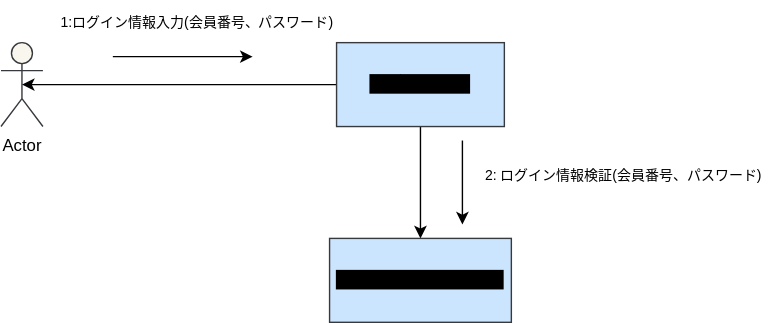
Earlier version of the draw.io export 図5-1 コミュニケーション図の例.drawio.svg (orenouserNamehaKawamura1/uml-introduction). Source tidied: cells renumbered, new cells last; positions are measured from the earlier drawing's top-left corner, leaving out a move shared by most shapes.
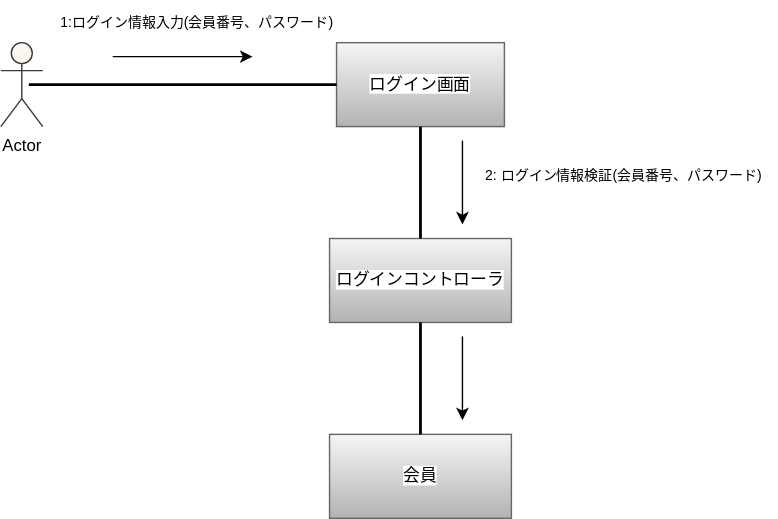
The same diagram one commit later.

Change to the diagram source:
```diff
@@ -8,18 +8,7 @@
     <mxCell id="3" style="edgeStyle=none;html=1;entryX=0.5;entryY=0.5;entryDx=0;entryDy=0;entryPerimeter=0;exitX=0.5;exitY=0.5;exitDx=0;exitDy=0;exitPerimeter=0;" parent="1" edge="1" source="2" target="2">
       <mxGeometry relative="1" as="geometry" />
     </mxCell>
-    <mxCell id="4" style="edgeStyle=none;html=1;strokeColor=default;entryX=0.5;entryY=0.5;entryDx=0;entryDy=0;entryPerimeter=0;" parent="1" edge="1" source="6" target="2">
-      <mxGeometry relative="1" as="geometry">
-        <Array as="points">
-          <mxPoint x="180" y="60" />
-          <mxPoint x="130" y="60" />
-        </Array>
-      </mxGeometry>
-    </mxCell>
-    <mxCell id="5" style="edgeStyle=none;html=1;strokeColor=default;fontSize=10;" parent="1" edge="1" source="6" target="9">
-      <mxGeometry relative="1" as="geometry" />
-    </mxCell>
-    <mxCell id="6" value="&lt;span style=&quot;background-color: rgb(0, 0, 0);&quot;&gt;ログイン画面&lt;/span&gt;" style="rounded=0;whiteSpace=wrap;html=1;fillColor=#cce5ff;strokeColor=#36393d;" parent="1" vertex="1">
+    <mxCell id="6" value="&lt;span style=&quot;background-color: rgb(255, 255, 255);&quot;&gt;&lt;font color=&quot;#000000&quot;&gt;ログイン画面&lt;/font&gt;&lt;/span&gt;" style="rounded=0;whiteSpace=wrap;html=1;fillColor=#f5f5f5;strokeColor=#666666;gradientColor=#b3b3b3;" parent="1" vertex="1">
       <mxGeometry x="240" y="30" width="120" height="60" as="geometry" />
     </mxCell>
     <mxCell id="7" style="endArrow=classic;html=1;strokeColor=default;" parent="1" edge="1">
@@ -34,7 +23,7 @@
     <mxCell id="8" value="&lt;font style=&quot;font-size: 10px;&quot;&gt;1:ログイン情報入力(会員番号、パスワード)&lt;/font&gt;" style="text;html=1;align=center;verticalAlign=middle;strokeColor=none;fillColor=none;" parent="1" vertex="1">
       <mxGeometry x="30" width="220" height="30" as="geometry" />
     </mxCell>
-    <mxCell id="9" value="&lt;span style=&quot;background-color: rgb(0, 0, 0);&quot;&gt;ログインコントローラ&lt;/span&gt;" style="whiteSpace=wrap;html=1;fillColor=#cce5ff;strokeColor=#36393d;rounded=0;" parent="1" vertex="1">
+    <mxCell id="9" value="&lt;font style=&quot;background-color: rgb(255, 255, 255);&quot; color=&quot;#000000&quot;&gt;ログインコントローラ&lt;/font&gt;" style="whiteSpace=wrap;html=1;fillColor=#f5f5f5;strokeColor=#666666;rounded=0;gradientColor=#b3b3b3;" parent="1" vertex="1">
       <mxGeometry x="235" y="170" width="130" height="60" as="geometry" />
     </mxCell>
     <mxCell id="10" style="endArrow=classic;html=1;strokeColor=default;" parent="1" edge="1">
@@ -50,5 +39,30 @@
     <mxCell id="11" value="2: ログイン情報検証(会員番号、パスワード)" style="text;html=1;align=center;verticalAlign=middle;strokeColor=none;fillColor=none;fontSize=10;" parent="1" vertex="1">
       <mxGeometry x="335" y="110" width="220" height="30" as="geometry" />
     </mxCell>
+    <mxCell id="12" value="&lt;font color=&quot;#000000&quot;&gt;&lt;span style=&quot;background-color: rgb(255, 255, 255);&quot;&gt;会員&lt;/span&gt;&lt;/font&gt;" style="whiteSpace=wrap;html=1;fillColor=#f5f5f5;strokeColor=#666666;rounded=0;gradientColor=#b3b3b3;" parent="1" vertex="1">
+      <mxGeometry x="235" y="310" width="130" height="60" as="geometry" />
+    </mxCell>
+    <mxCell id="13" style="endArrow=classic;html=1;strokeColor=default;" parent="1" edge="1">
+      <mxGeometry relative="1" as="geometry">
+        <mxPoint x="330" y="240" as="sourcePoint" />
+        <mxPoint x="330" y="300" as="targetPoint" />
+        <Array as="points">
+          <mxPoint x="330" y="240" />
+          <mxPoint x="330" y="270" />
+        </Array>
+      </mxGeometry>
+    </mxCell>
+    <mxCell id="14" value="&lt;font color=&quot;#ffffff&quot;&gt;3: 会員情報取得()&lt;br&gt;&lt;/font&gt;" style="text;html=1;align=center;verticalAlign=middle;strokeColor=none;fillColor=none;fontColor=#000000;" parent="1" vertex="1">
+      <mxGeometry x="335" y="255" width="120" height="30" as="geometry" />
+    </mxCell>
+    <mxCell id="15" style="line;strokeWidth=2;html=1;labelBackgroundColor=#FFFFFF;fontColor=#FFFFFF;" parent="1" vertex="1">
+      <mxGeometry x="20" y="55" width="220" height="10" as="geometry" />
+    </mxCell>
+    <mxCell id="16" style="line;strokeWidth=2;html=1;labelBackgroundColor=#FFFFFF;fontColor=#FFFFFF;direction=south;" parent="1" vertex="1">
+      <mxGeometry x="295" y="90" width="10" height="80" as="geometry" />
+    </mxCell>
+    <mxCell id="17" style="line;strokeWidth=2;html=1;labelBackgroundColor=#FFFFFF;fontColor=#FFFFFF;direction=south;" parent="1" vertex="1">
+      <mxGeometry x="295" y="230" width="10" height="80" as="geometry" />
+    </mxCell>
   </root>
 </mxGraphModel>
```
